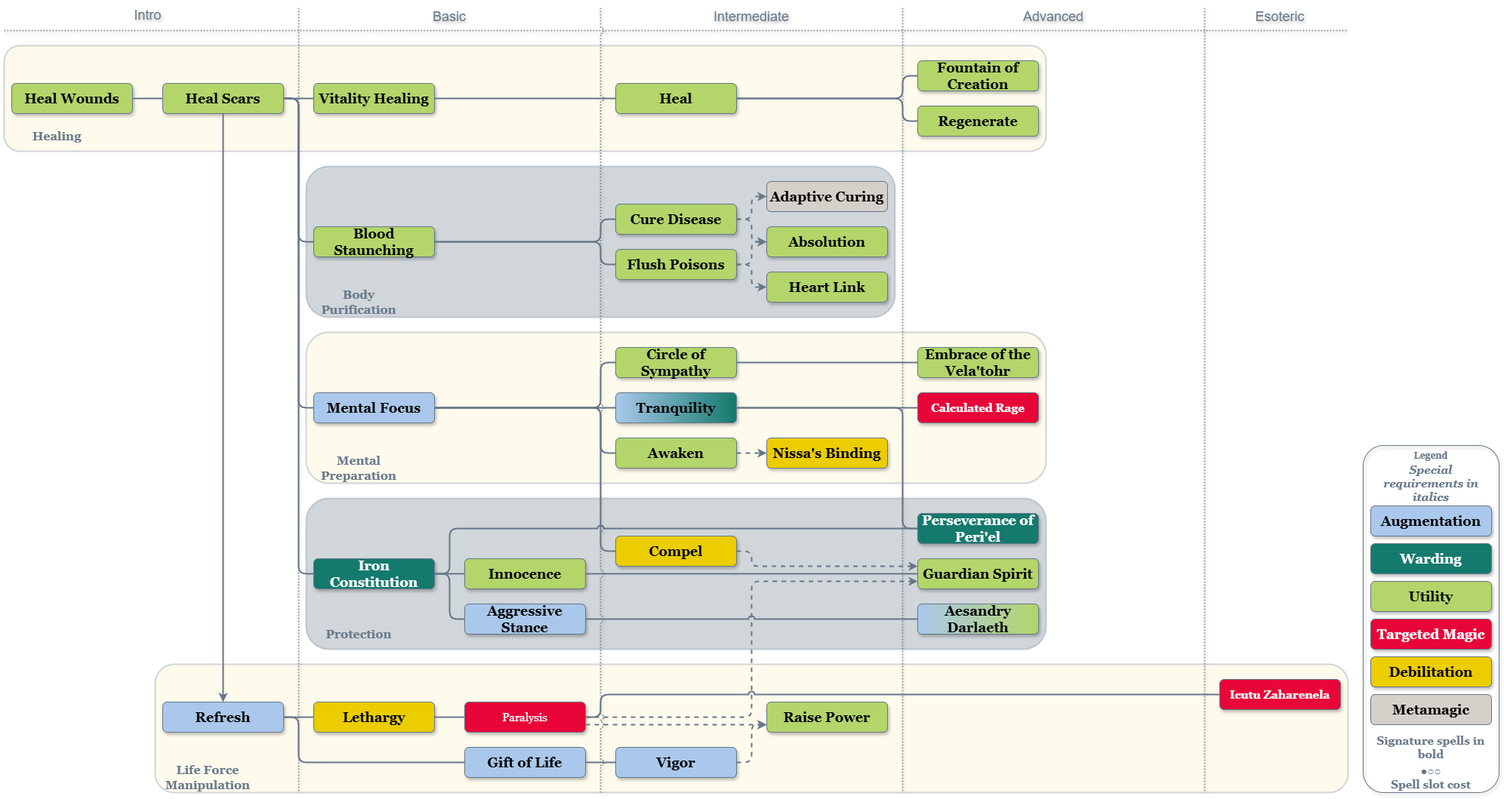
Before: Empath/Empath.png, a diagram exported from draw.io (MahtraDR/dr-spell-trees). Source tidied: cells renumbered, new cells last; positions are measured from the earlier drawing's top-left corner, leaving out a move shared by most shapes.
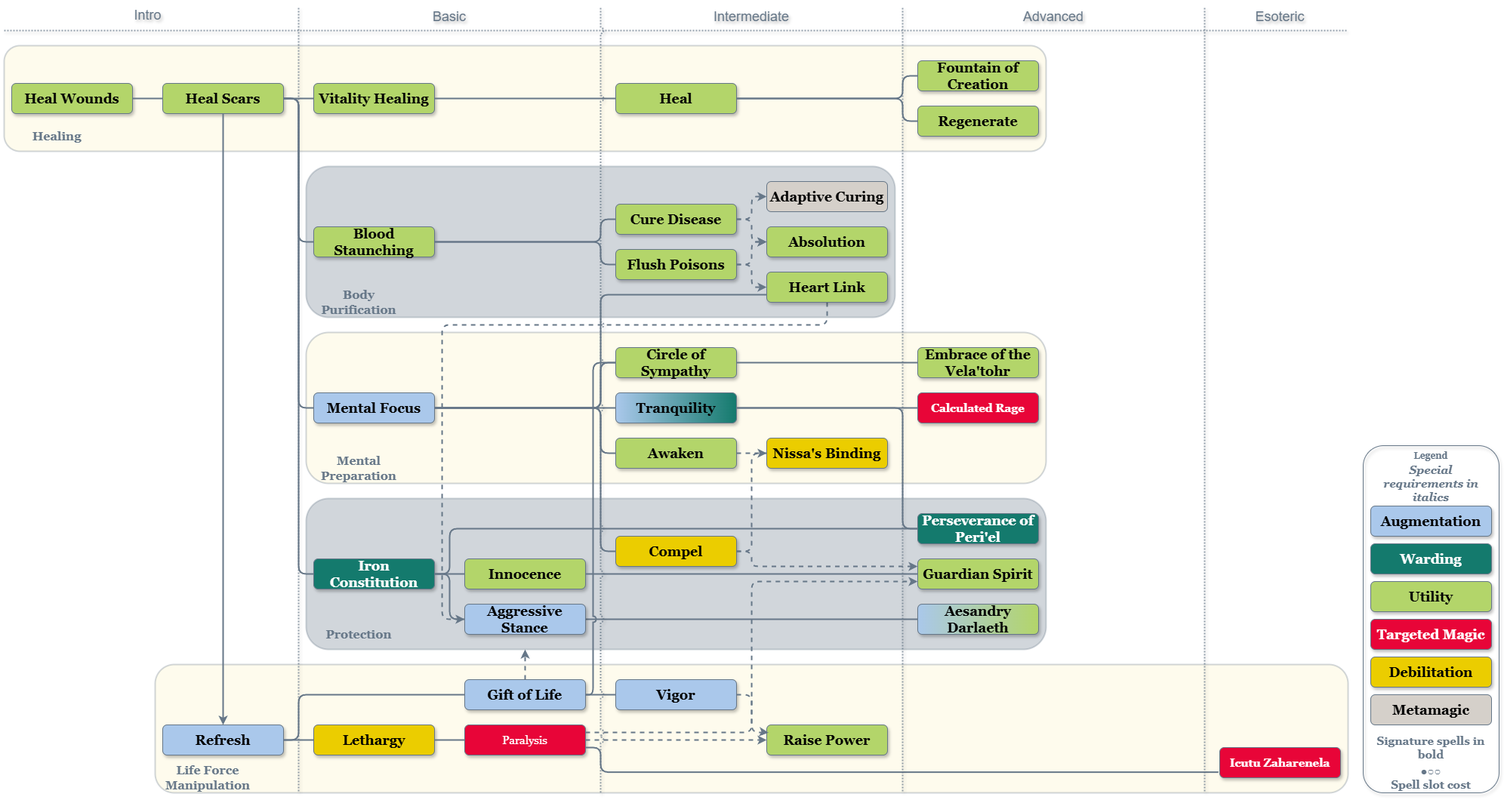
After the commit.

The edit, as a diff of the source:
```diff
@@ -35,2 +35,5 @@
     <mxCell id="12" value="Shapes and Lines" parent="0" />
+    <mxCell id="83" style="edgeStyle=orthogonalEdgeStyle;shape=connector;curved=0;rounded=1;jettySize=auto;html=1;exitX=1;exitY=0.5;exitDx=0;exitDy=0;entryX=0;entryY=0.5;entryDx=0;entryDy=0;strokeColor=#667788;strokeWidth=2;align=center;verticalAlign=middle;fontFamily=Helvetica;fontSize=11;fontColor=default;labelBackgroundColor=default;endArrow=none;endFill=0;jumpStyle=arc;" parent="12" edge="1" source="27" target="32">
+      <mxGeometry relative="1" as="geometry" />
+    </mxCell>
     <mxCell id="13" value="Heal Wounds" style="rounded=1;strokeWidth=1;strokeColor=#667788;textShadow=0;labelBackgroundColor=none;whiteSpace=wrap;fontSize=18;fontFamily=Georgia;fillColor=#B3D56A;fontColor=#000000;shadow=1;glass=0;align=center;verticalAlign=middle;fontStyle=1;" parent="12" vertex="1">
@@ -38,2 +41,10 @@
     </mxCell>
+    <mxCell id="104" style="edgeStyle=orthogonalEdgeStyle;shape=connector;curved=0;rounded=1;jettySize=auto;html=1;exitX=1;exitY=0.5;exitDx=0;exitDy=0;entryX=0;entryY=0.5;entryDx=0;entryDy=0;strokeColor=#667788;strokeWidth=2;align=center;verticalAlign=middle;fontFamily=Helvetica;fontSize=11;fontColor=default;labelBackgroundColor=default;endArrow=none;endFill=0;jumpStyle=arc;" parent="12" edge="1" source="39" target="44">
+      <mxGeometry relative="1" as="geometry">
+        <Array as="points">
+          <mxPoint x="780" y="920" />
+          <mxPoint x="780" y="480" />
+        </Array>
+      </mxGeometry>
+    </mxCell>
     <mxCell id="14" value="Heal Scars" style="rounded=1;strokeWidth=1;strokeColor=#667788;textShadow=0;labelBackgroundColor=none;whiteSpace=wrap;fontSize=18;fontFamily=Georgia;fillColor=#B3D56A;fontColor=#000000;shadow=1;glass=0;align=center;verticalAlign=middle;fontStyle=1;" parent="12" vertex="1">
@@ -59,2 +70,11 @@
     </mxCell>
+    <mxCell id="105" style="edgeStyle=orthogonalEdgeStyle;shape=connector;curved=0;rounded=1;jettySize=auto;html=1;exitX=0.5;exitY=1;exitDx=0;exitDy=0;entryX=0;entryY=0.5;entryDx=0;entryDy=0;strokeColor=#667788;strokeWidth=2;align=center;verticalAlign=middle;fontFamily=Helvetica;fontSize=11;fontColor=default;labelBackgroundColor=default;endArrow=classic;endFill=1;dashed=1;" parent="12" edge="1" source="21" target="27">
+      <mxGeometry relative="1" as="geometry">
+        <Array as="points">
+          <mxPoint x="1090" y="430" />
+          <mxPoint x="580" y="430" />
+          <mxPoint x="580" y="820" />
+        </Array>
+      </mxGeometry>
+    </mxCell>
     <mxCell id="21" value="Heart Link" style="rounded=1;strokeWidth=1;strokeColor=#667788;textShadow=0;labelBackgroundColor=none;whiteSpace=wrap;fontSize=18;fontFamily=Georgia;fillColor=#B3D56A;fontColor=#000000;shadow=1;glass=0;align=center;verticalAlign=middle;fontStyle=1;" parent="12" vertex="1">
@@ -71,2 +91,10 @@
     </mxCell>
+    <mxCell id="106" style="edgeStyle=orthogonalEdgeStyle;shape=connector;curved=0;rounded=1;jettySize=auto;html=1;exitX=1;exitY=0.5;exitDx=0;exitDy=0;entryX=0;entryY=0.75;entryDx=0;entryDy=0;strokeColor=#667788;strokeWidth=2;align=center;verticalAlign=middle;fontFamily=Helvetica;fontSize=11;fontColor=default;labelBackgroundColor=default;endArrow=none;endFill=0;" parent="12" edge="1" source="25" target="21">
+      <mxGeometry relative="1" as="geometry">
+        <Array as="points">
+          <mxPoint x="790" y="540" />
+          <mxPoint x="790" y="390" />
+        </Array>
+      </mxGeometry>
+    </mxCell>
     <mxCell id="25" value="Mental Focus" style="rounded=1;strokeWidth=1;strokeColor=#667788;textShadow=0;labelBackgroundColor=none;whiteSpace=wrap;fontSize=18;fontFamily=Georgia;fillColor=#AAC8EB;fontColor=#000000;shadow=1;glass=0;align=center;verticalAlign=middle;fontStyle=1;" parent="12" vertex="1">
@@ -101,2 +129,5 @@
     </mxCell>
+    <mxCell id="107" style="edgeStyle=orthogonalEdgeStyle;shape=connector;curved=0;rounded=1;jettySize=auto;html=1;exitX=1;exitY=0.5;exitDx=0;exitDy=0;entryX=0;entryY=0.5;entryDx=0;entryDy=0;strokeColor=#667788;strokeWidth=2;align=center;verticalAlign=middle;fontFamily=Helvetica;fontSize=11;fontColor=default;labelBackgroundColor=default;endArrow=none;endFill=0;dashed=1;" parent="12" edge="1" source="35" target="43">
+      <mxGeometry relative="1" as="geometry" />
+    </mxCell>
     <mxCell id="35" value="Compel" style="rounded=1;strokeWidth=1;strokeColor=#667788;textShadow=0;labelBackgroundColor=none;whiteSpace=wrap;fontSize=18;fontFamily=Georgia;fillColor=#EBCD00;fontColor=#000000;shadow=1;glass=0;align=center;verticalAlign=middle;fontStyle=1;" parent="12" vertex="1">
@@ -105,21 +136,30 @@
     <mxCell id="36" value="Refresh" style="rounded=1;strokeWidth=1;strokeColor=#667788;textShadow=0;labelBackgroundColor=none;whiteSpace=wrap;fontSize=18;fontFamily=Georgia;fillColor=#AAC8EB;fontColor=#000000;shadow=1;glass=0;align=center;verticalAlign=middle;fontStyle=1;" parent="12" vertex="1">
-      <mxGeometry x="210" y="930" width="160" height="40" as="geometry" />
+      <mxGeometry x="210" y="960" width="160" height="40" as="geometry" />
     </mxCell>
     <mxCell id="37" value="Paralysis" style="rounded=1;strokeWidth=1;strokeColor=#667788;textShadow=0;labelBackgroundColor=none;whiteSpace=wrap;fontSize=15;fontFamily=Georgia;fillColor=#E80538;fontColor=#FFFFFF;shadow=1;glass=0;align=center;verticalAlign=middle;fontStyle=0;" parent="12" vertex="1">
-      <mxGeometry x="610" y="930" width="160" height="40" as="geometry" />
+      <mxGeometry x="610" y="960" width="160" height="40" as="geometry" />
     </mxCell>
     <mxCell id="38" value="Lethargy" style="rounded=1;strokeWidth=1;strokeColor=#667788;textShadow=0;labelBackgroundColor=none;whiteSpace=wrap;fontSize=18;fontFamily=Georgia;fillColor=#EBCD00;fontColor=#000000;shadow=1;glass=0;align=center;verticalAlign=middle;fontStyle=1;" parent="12" vertex="1">
-      <mxGeometry x="410" y="930" width="160" height="40" as="geometry" />
+      <mxGeometry x="410" y="960" width="160" height="40" as="geometry" />
     </mxCell>
+    <mxCell id="108" style="edgeStyle=orthogonalEdgeStyle;shape=connector;curved=0;rounded=1;jettySize=auto;html=1;exitX=0.5;exitY=0;exitDx=0;exitDy=0;strokeColor=#667788;strokeWidth=2;align=center;verticalAlign=middle;fontFamily=Helvetica;fontSize=11;fontColor=default;labelBackgroundColor=default;endArrow=classic;endFill=1;dashed=1;" parent="12" edge="1" source="39">
+      <mxGeometry relative="1" as="geometry">
+        <mxPoint x="690" y="860" as="targetPoint" />
+        <Array as="points">
+          <mxPoint x="690" y="880" />
+          <mxPoint x="690" y="880" />
+        </Array>
+      </mxGeometry>
+    </mxCell>
     <mxCell id="39" value="Gift of Life" style="rounded=1;strokeWidth=1;strokeColor=#667788;textShadow=0;labelBackgroundColor=none;whiteSpace=wrap;fontSize=18;fontFamily=Georgia;fillColor=#AAC8EB;fontColor=#000000;shadow=1;glass=0;align=center;verticalAlign=middle;fontStyle=1;" parent="12" vertex="1">
-      <mxGeometry x="610" y="990" width="160" height="40" as="geometry" />
+      <mxGeometry x="610" y="900" width="160" height="40" as="geometry" />
     </mxCell>
     <mxCell id="40" value="Vigor" style="rounded=1;strokeWidth=1;strokeColor=#667788;textShadow=0;labelBackgroundColor=none;whiteSpace=wrap;fontSize=18;fontFamily=Georgia;fillColor=#AAC8EB;fontColor=#000000;shadow=1;glass=0;align=center;verticalAlign=middle;fontStyle=1;" parent="12" vertex="1">
-      <mxGeometry x="810" y="990" width="160" height="40" as="geometry" />
+      <mxGeometry x="810" y="900" width="160" height="40" as="geometry" />
     </mxCell>
     <mxCell id="41" value="Raise Power" style="rounded=1;strokeWidth=1;strokeColor=#667788;textShadow=0;labelBackgroundColor=none;whiteSpace=wrap;fontSize=18;fontFamily=Georgia;fillColor=#B3D56A;fontColor=#000000;shadow=1;glass=0;align=center;verticalAlign=middle;fontStyle=1;" parent="12" vertex="1">
-      <mxGeometry x="1010" y="930" width="160" height="40" as="geometry" />
+      <mxGeometry x="1010" y="960" width="160" height="40" as="geometry" />
     </mxCell>
     <mxCell id="42" value="Icutu Zaharenela" style="rounded=1;strokeWidth=1;strokeColor=#667788;textShadow=0;labelBackgroundColor=none;whiteSpace=wrap;fontSize=15;fontFamily=Georgia;fillColor=#E80538;fontColor=#FFFFFF;shadow=1;glass=0;align=center;verticalAlign=middle;fontStyle=1;" parent="12" vertex="1">
-      <mxGeometry x="1610" y="900" width="160" height="40" as="geometry" />
+      <mxGeometry x="1610" y="990" width="160" height="40" as="geometry" />
     </mxCell>
@@ -220,10 +260,2 @@
     </mxCell>
-    <mxCell id="63" style="edgeStyle=orthogonalEdgeStyle;shape=connector;curved=0;rounded=1;jettySize=auto;html=1;exitX=1;exitY=0.5;exitDx=0;exitDy=0;entryX=0;entryY=0.5;entryDx=0;entryDy=0;strokeColor=#667788;strokeWidth=2;align=center;verticalAlign=middle;fontFamily=Helvetica;fontSize=11;fontColor=default;labelBackgroundColor=default;endArrow=none;endFill=0;" parent="12" edge="1" source="25" target="35">
-      <mxGeometry relative="1" as="geometry">
-        <Array as="points">
-          <mxPoint x="790" y="540" />
-          <mxPoint x="790" y="730" />
-        </Array>
-      </mxGeometry>
-    </mxCell>
     <mxCell id="64" style="edgeStyle=orthogonalEdgeStyle;shape=connector;curved=0;rounded=1;jettySize=auto;html=1;exitX=1;exitY=0.5;exitDx=0;exitDy=0;entryX=0;entryY=0.5;entryDx=0;entryDy=0;strokeColor=#667788;strokeWidth=2;align=center;verticalAlign=middle;fontFamily=Helvetica;fontSize=11;fontColor=default;labelBackgroundColor=default;endArrow=classic;endFill=1;dashed=1;" parent="12" edge="1" source="26" target="43">
@@ -235,3 +267,8 @@
     <mxCell id="66" style="edgeStyle=orthogonalEdgeStyle;shape=connector;curved=0;rounded=1;jettySize=auto;html=1;exitX=1;exitY=0.5;exitDx=0;exitDy=0;entryX=0;entryY=0.5;entryDx=0;entryDy=0;strokeColor=#667788;strokeWidth=2;align=center;verticalAlign=middle;fontFamily=Helvetica;fontSize=11;fontColor=default;labelBackgroundColor=default;endArrow=none;endFill=0;" parent="12" edge="1" source="28" target="27">
-      <mxGeometry relative="1" as="geometry" />
+      <mxGeometry relative="1" as="geometry">
+        <Array as="points">
+          <mxPoint x="590" y="760" />
+          <mxPoint x="590" y="820" />
+        </Array>
+      </mxGeometry>
     </mxCell>
@@ -251,4 +288,4 @@
         <Array as="points">
-          <mxPoint x="390" y="950" />
-          <mxPoint x="390" y="1010" />
+          <mxPoint x="390" y="980" />
+          <mxPoint x="390" y="920" />
         </Array>
@@ -259,9 +296,9 @@
     </mxCell>
-    <mxCell id="71" style="edgeStyle=orthogonalEdgeStyle;shape=connector;curved=0;rounded=1;jettySize=auto;html=1;exitX=1;exitY=0.75;exitDx=0;exitDy=0;entryX=0;entryY=0.75;entryDx=0;entryDy=0;strokeColor=#667788;strokeWidth=2;align=center;verticalAlign=middle;fontFamily=Helvetica;fontSize=11;fontColor=default;labelBackgroundColor=default;endArrow=classic;endFill=1;dashed=1;" parent="12" edge="1" source="37" target="41">
+    <mxCell id="71" style="edgeStyle=orthogonalEdgeStyle;shape=connector;curved=0;rounded=1;jettySize=auto;html=1;exitX=1;exitY=0.5;exitDx=0;exitDy=0;entryX=0;entryY=0.5;entryDx=0;entryDy=0;strokeColor=#667788;strokeWidth=2;align=center;verticalAlign=middle;fontFamily=Helvetica;fontSize=11;fontColor=default;labelBackgroundColor=default;endArrow=classic;endFill=1;dashed=1;" parent="12" edge="1" source="37" target="41">
       <mxGeometry relative="1" as="geometry" />
     </mxCell>
-    <mxCell id="72" style="edgeStyle=orthogonalEdgeStyle;shape=connector;curved=0;rounded=1;jettySize=auto;html=1;exitX=1;exitY=0.5;exitDx=0;exitDy=0;entryX=0;entryY=0.75;entryDx=0;entryDy=0;strokeColor=#667788;strokeWidth=2;align=center;verticalAlign=middle;fontFamily=Helvetica;fontSize=11;fontColor=default;labelBackgroundColor=default;endArrow=classic;endFill=1;dashed=1;" parent="12" edge="1" source="37" target="34">
+    <mxCell id="72" style="edgeStyle=orthogonalEdgeStyle;shape=connector;curved=0;rounded=1;jettySize=auto;html=1;exitX=1;exitY=0.25;exitDx=0;exitDy=0;entryX=0;entryY=0.75;entryDx=0;entryDy=0;strokeColor=#667788;strokeWidth=2;align=center;verticalAlign=middle;fontFamily=Helvetica;fontSize=11;fontColor=default;labelBackgroundColor=default;endArrow=classic;endFill=1;dashed=1;jumpStyle=none;" parent="12" edge="1" source="37" target="34">
       <mxGeometry relative="1" as="geometry">
         <Array as="points">
-          <mxPoint x="990" y="950" />
+          <mxPoint x="990" y="970" />
           <mxPoint x="990" y="770" />
@@ -270,11 +307,2 @@
     </mxCell>
-    <mxCell id="73" style="edgeStyle=orthogonalEdgeStyle;shape=connector;curved=0;rounded=1;jettySize=auto;html=1;exitX=1;exitY=0.5;exitDx=0;exitDy=0;entryX=0;entryY=0.5;entryDx=0;entryDy=0;strokeColor=#667788;strokeWidth=2;align=center;verticalAlign=middle;fontFamily=Helvetica;fontSize=11;fontColor=default;labelBackgroundColor=default;endArrow=none;endFill=0;jumpStyle=arc;" parent="12" edge="1" source="37" target="42">
-      <mxGeometry relative="1" as="geometry">
-        <Array as="points">
-          <mxPoint x="790" y="950" />
-          <mxPoint x="790" y="920" />
-          <mxPoint x="1610" y="920" />
-        </Array>
-      </mxGeometry>
-    </mxCell>
     <mxCell id="74" style="edgeStyle=orthogonalEdgeStyle;shape=connector;curved=0;rounded=1;jettySize=auto;html=1;exitX=1;exitY=0.5;exitDx=0;exitDy=0;entryX=0;entryY=0.5;entryDx=0;entryDy=0;strokeColor=#667788;strokeWidth=2;align=center;verticalAlign=middle;fontFamily=Helvetica;fontSize=11;fontColor=default;labelBackgroundColor=default;endArrow=none;endFill=0;" parent="12" edge="1" source="38" target="37">
@@ -285,7 +313,8 @@
     </mxCell>
-    <mxCell id="76" style="edgeStyle=orthogonalEdgeStyle;shape=connector;curved=0;rounded=1;jettySize=auto;html=1;exitX=1;exitY=0.5;exitDx=0;exitDy=0;entryX=0;entryY=0.75;entryDx=0;entryDy=0;strokeColor=#667788;strokeWidth=2;align=center;verticalAlign=middle;fontFamily=Helvetica;fontSize=11;fontColor=default;labelBackgroundColor=default;endArrow=classic;endFill=1;dashed=1;" parent="12" edge="1" source="40" target="41">
+    <mxCell id="76" style="edgeStyle=orthogonalEdgeStyle;shape=connector;curved=0;rounded=1;jettySize=auto;html=1;exitX=1;exitY=0.5;exitDx=0;exitDy=0;entryX=0.015;entryY=0.256;entryDx=0;entryDy=0;strokeColor=#667788;strokeWidth=2;align=center;verticalAlign=middle;fontFamily=Helvetica;fontSize=11;fontColor=default;labelBackgroundColor=default;endArrow=classic;endFill=1;dashed=1;entryPerimeter=0;" parent="12" edge="1" source="40" target="41">
       <mxGeometry relative="1" as="geometry">
         <Array as="points">
-          <mxPoint x="990" y="1010" />
-          <mxPoint x="990" y="960" />
+          <mxPoint x="990" y="920" />
+          <mxPoint x="990" y="970" />
+          <mxPoint x="1010" y="970" />
         </Array>
@@ -307,3 +336,3 @@
     </mxCell>
-    <mxCell id="80" style="edgeStyle=orthogonalEdgeStyle;shape=connector;curved=0;rounded=1;jettySize=auto;html=1;exitX=1;exitY=0.5;exitDx=0;exitDy=0;entryX=0;entryY=0.5;entryDx=0;entryDy=0;strokeColor=#667788;strokeWidth=2;align=center;verticalAlign=middle;fontFamily=Helvetica;fontSize=11;fontColor=default;labelBackgroundColor=default;endArrow=none;endFill=0;jumpStyle=arc;" parent="12" edge="1" source="28" target="33">
+    <mxCell id="80" style="edgeStyle=orthogonalEdgeStyle;shape=connector;curved=0;rounded=1;jettySize=auto;html=1;exitX=1;exitY=0.5;exitDx=0;exitDy=0;entryX=0;entryY=0.5;entryDx=0;entryDy=0;strokeColor=#667788;strokeWidth=2;align=center;verticalAlign=middle;fontFamily=Helvetica;fontSize=11;fontColor=default;labelBackgroundColor=default;endArrow=none;endFill=0;jumpStyle=none;" parent="12" edge="1" source="28" target="33">
       <mxGeometry relative="1" as="geometry">
@@ -321,5 +350,18 @@
     </mxCell>
-    <mxCell id="83" style="edgeStyle=orthogonalEdgeStyle;shape=connector;curved=0;rounded=1;jettySize=auto;html=1;exitX=1;exitY=0.5;exitDx=0;exitDy=0;entryX=0;entryY=0.5;entryDx=0;entryDy=0;strokeColor=#667788;strokeWidth=2;align=center;verticalAlign=middle;fontFamily=Helvetica;fontSize=11;fontColor=default;labelBackgroundColor=default;endArrow=none;endFill=0;jumpStyle=arc;" parent="12" edge="1" source="27" target="32">
-      <mxGeometry relative="1" as="geometry" />
-    </mxCell>
+    <mxCell id="63" style="edgeStyle=orthogonalEdgeStyle;shape=connector;curved=0;rounded=1;jettySize=auto;html=1;exitX=1;exitY=0.5;exitDx=0;exitDy=0;entryX=0;entryY=0.5;entryDx=0;entryDy=0;strokeColor=#667788;strokeWidth=2;align=center;verticalAlign=middle;fontFamily=Helvetica;fontSize=11;fontColor=default;labelBackgroundColor=default;endArrow=none;endFill=0;" parent="12" edge="1" source="25" target="35">
+      <mxGeometry relative="1" as="geometry">
+        <Array as="points">
+          <mxPoint x="790" y="540" />
+          <mxPoint x="790" y="730" />
+        </Array>
+      </mxGeometry>
+    </mxCell>
+    <mxCell id="73" style="edgeStyle=orthogonalEdgeStyle;shape=connector;curved=0;rounded=1;jettySize=auto;html=1;exitX=1;exitY=0.75;exitDx=0;exitDy=0;entryX=-0.011;entryY=0.815;entryDx=0;entryDy=0;strokeColor=#667788;strokeWidth=2;align=center;verticalAlign=middle;fontFamily=Helvetica;fontSize=11;fontColor=default;labelBackgroundColor=default;endArrow=none;endFill=0;jumpStyle=arc;entryPerimeter=0;" parent="12" edge="1" source="37" target="42">
+      <mxGeometry relative="1" as="geometry">
+        <Array as="points">
+          <mxPoint x="790" y="990" />
+          <mxPoint x="790" y="1023" />
+        </Array>
+      </mxGeometry>
+    </mxCell>
     <mxCell id="84" parent="0" />
```
